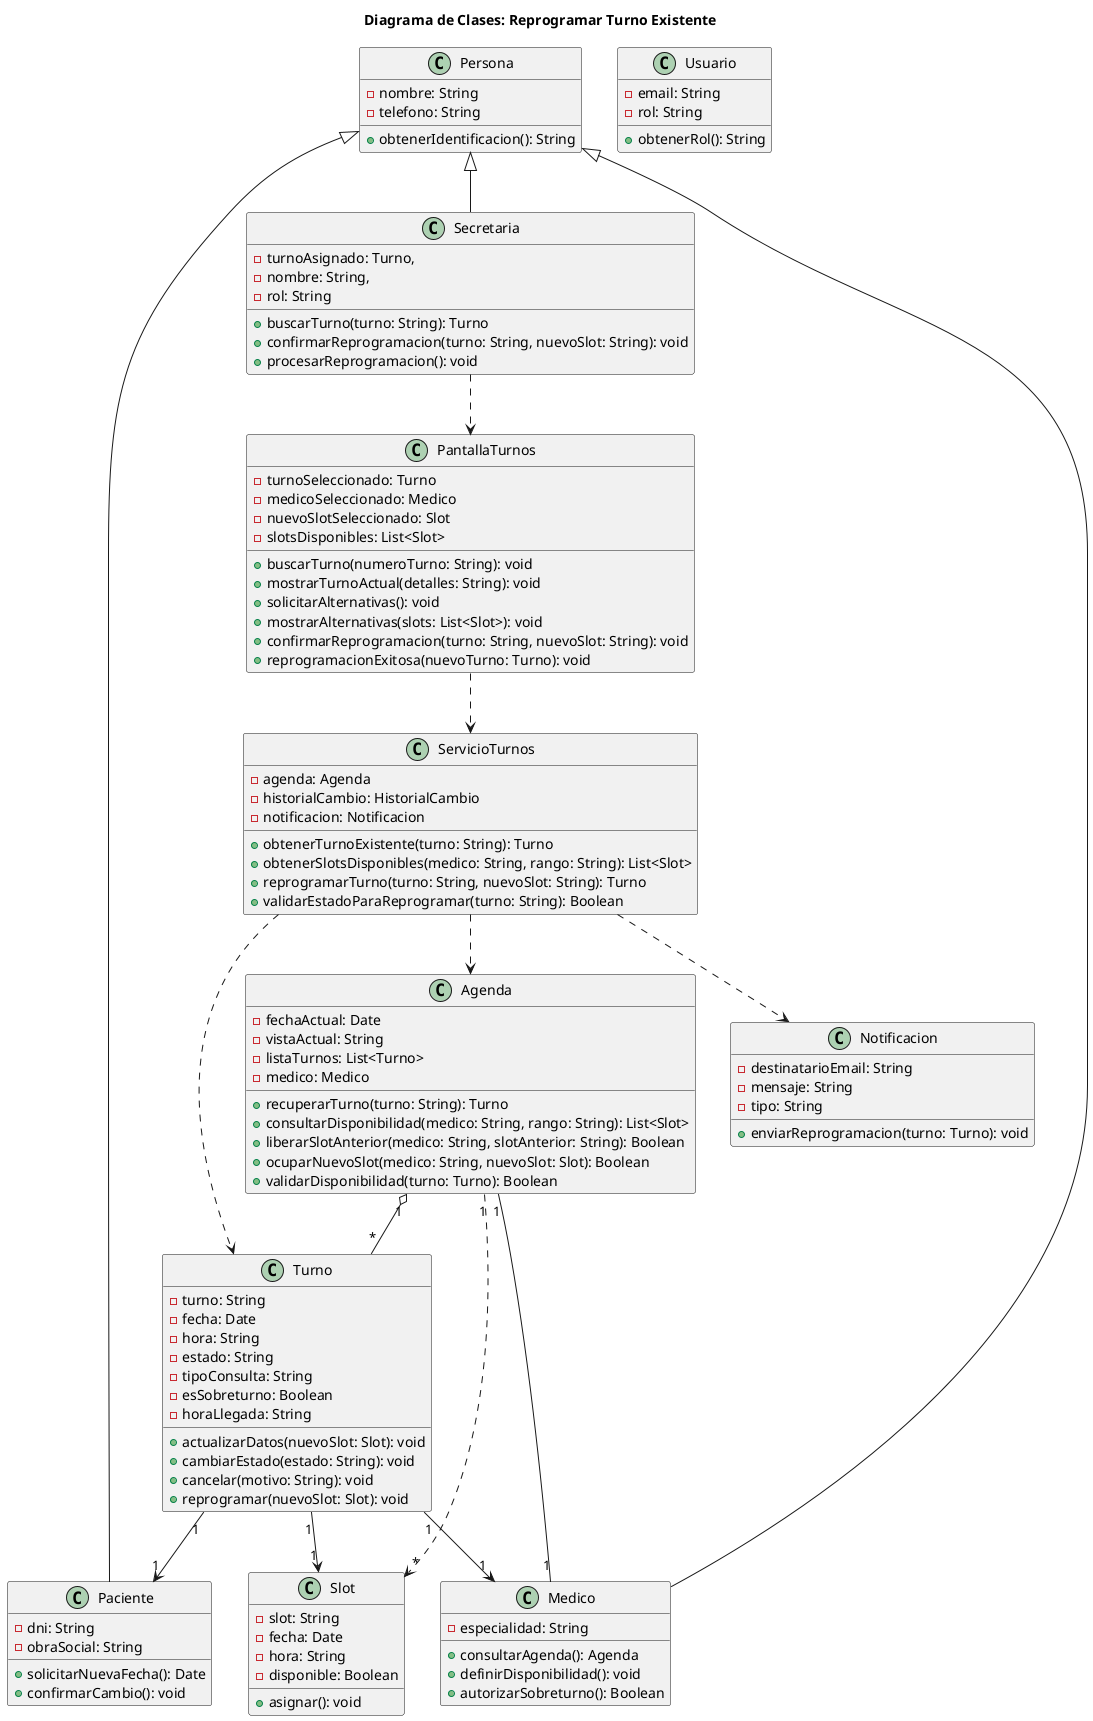
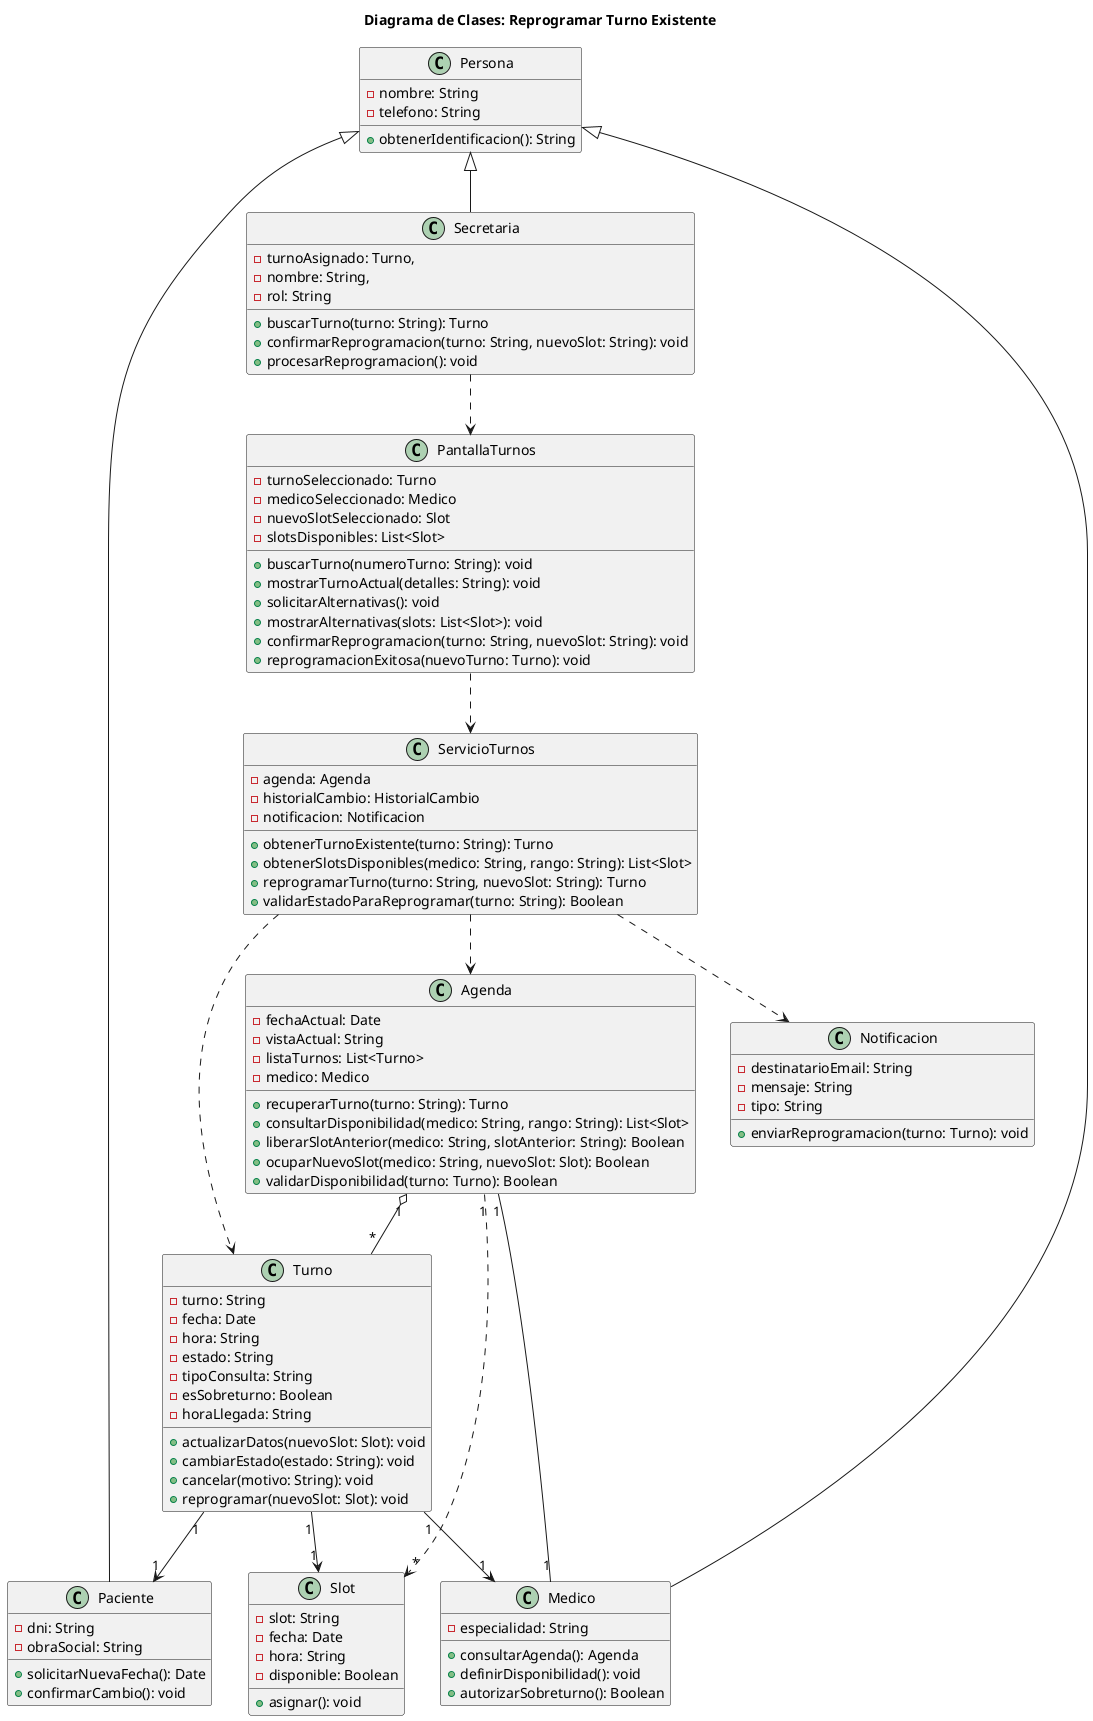
@startuml 02-clases-reprogramar-turno-02
title Diagrama de Clases: Reprogramar Turno Existente

class Persona {
    - nombre: String
    - telefono: String
    + obtenerIdentificacion(): String
- }
- 
- class Usuario {
-     - email: String
-     - rol: String
-     + obtenerRol(): String
}

class Paciente {
    - dni: String
    - obraSocial: String
    + solicitarNuevaFecha(): Date
    + confirmarCambio(): void
}

class Secretaria {
    - turnoAsignado: Turno,
    - nombre: String,
    - rol: String
    + buscarTurno(turno: String): Turno
    + confirmarReprogramacion(turno: String, nuevoSlot: String): void
    + procesarReprogramacion(): void
}

class Medico {
    - especialidad: String
    + consultarAgenda(): Agenda
    + definirDisponibilidad(): void
    + autorizarSobreturno(): Boolean
}

class Agenda {
    - fechaActual: Date
    - vistaActual: String
    - listaTurnos: List<Turno>
    - medico: Medico
    + recuperarTurno(turno: String): Turno
    + consultarDisponibilidad(medico: String, rango: String): List<Slot>
    + liberarSlotAnterior(medico: String, slotAnterior: String): Boolean
    + ocuparNuevoSlot(medico: String, nuevoSlot: Slot): Boolean
    + validarDisponibilidad(turno: Turno): Boolean
}

class Turno {
    - turno: String
    - fecha: Date
    - hora: String
    - estado: String
    - tipoConsulta: String
    - esSobreturno: Boolean
    - horaLlegada: String
    + actualizarDatos(nuevoSlot: Slot): void
    + cambiarEstado(estado: String): void
    + cancelar(motivo: String): void
    + reprogramar(nuevoSlot: Slot): void
}

class Slot {
    - slot: String
    - fecha: Date
    - hora: String
    - disponible: Boolean
    + asignar(): void
}

class ServicioTurnos {
    - agenda: Agenda
    - historialCambio: HistorialCambio
    - notificacion: Notificacion
    + obtenerTurnoExistente(turno: String): Turno
    + obtenerSlotsDisponibles(medico: String, rango: String): List<Slot>
    + reprogramarTurno(turno: String, nuevoSlot: String): Turno
    + validarEstadoParaReprogramar(turno: String): Boolean
}

class PantallaTurnos {
    - turnoSeleccionado: Turno
    - medicoSeleccionado: Medico
    - nuevoSlotSeleccionado: Slot
    - slotsDisponibles: List<Slot>
    + buscarTurno(numeroTurno: String): void
    + mostrarTurnoActual(detalles: String): void
    + solicitarAlternativas(): void
    + mostrarAlternativas(slots: List<Slot>): void
    + confirmarReprogramacion(turno: String, nuevoSlot: String): void
    + reprogramacionExitosa(nuevoTurno: Turno): void
}

class Notificacion {
    - destinatarioEmail: String
    - mensaje: String
    - tipo: String
    + enviarReprogramacion(turno: Turno): void
}

Persona <|-- Paciente
Persona <|-- Medico
Persona <|-- Secretaria

Agenda "1" o-- "*" Turno
Agenda "1" -- "1" Medico
Turno "1" --> "1" Paciente
Turno "1" --> "1" Medico
Turno "1" --> "1" Slot
Agenda "1" ..> "*" Slot
ServicioTurnos ..> Agenda
ServicioTurnos ..> Turno
PantallaTurnos ..> ServicioTurnos
Secretaria ..> PantallaTurnos
ServicioTurnos ..> Notificacion

@enduml